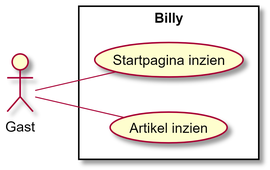
This is documentation/uml/use-case/use-case.png from software-strijders/billy, a PlantUML export, as it was before one commit. Its source is kept beside it as documentation/uml/use-case/use-case.plantuml.
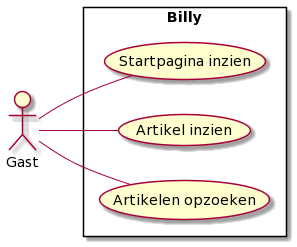
Above is the later version.

What changed in the source:
```diff
@@ -7,9 +7,11 @@
 rectangle Billy {
   usecase "Startpagina inzien" as UC1
   usecase "Artikel inzien" as UC2
+  usecase "Artikelen opzoeken" as UC3
 }
 
 g -right- UC1
 g -- UC2
+g -- UC3
 
 @enduml
```
